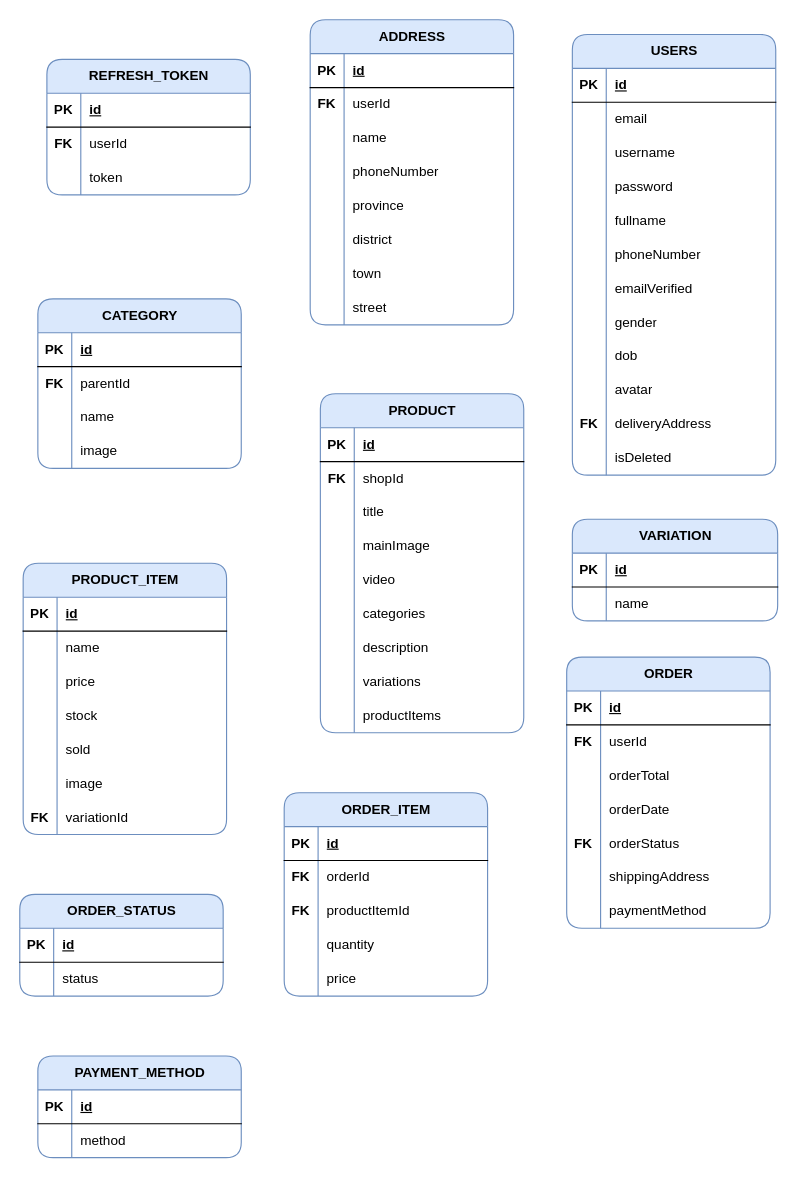
The draw.io diagram docs/ERD.drawio in Shiroo2005/SHOPPE_BE, before the edit. Source tidied: cells renumbered, new cells numbered last; positions are measured from the earlier drawing's top-left corner, leaving out a move shared by most shapes. Both pictures are drawn from the tidied source at 113%, with x=0, y=0 at pixel (19, 19).
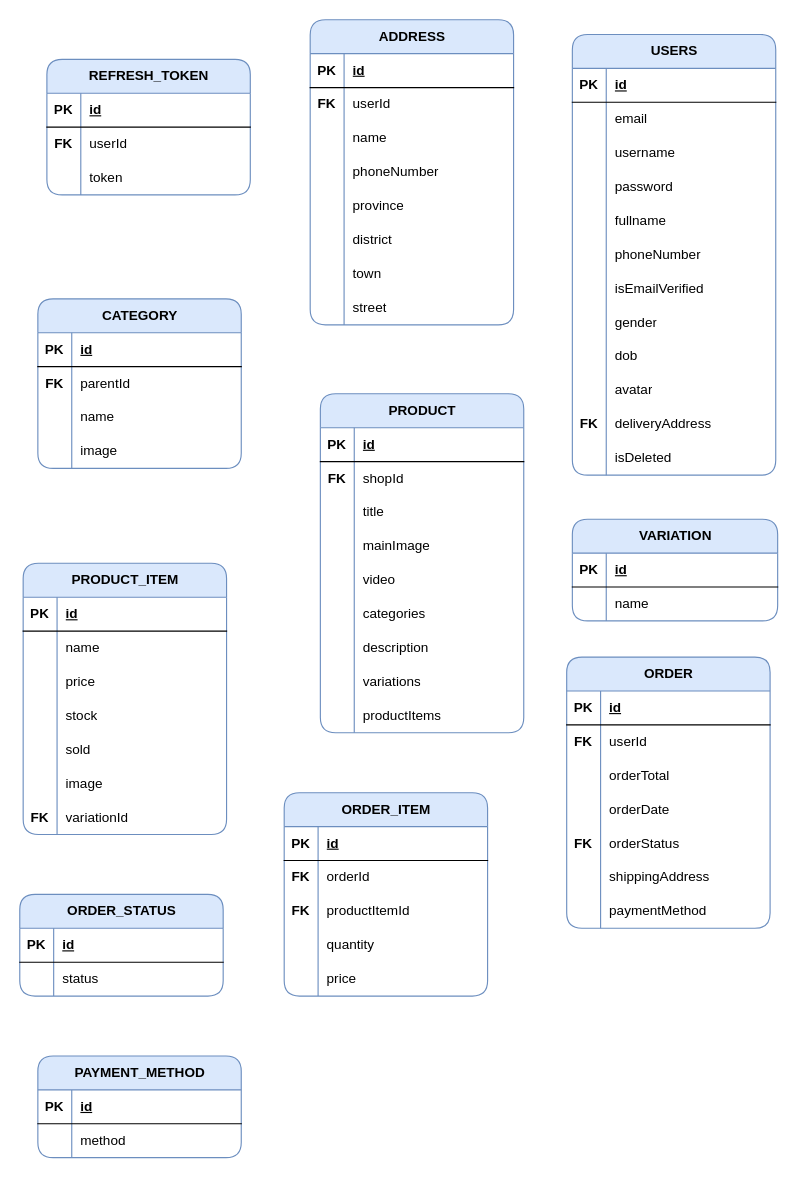
Above is the later version.

The change refers to these unchanged cells:
```xml
<mxCell id="21" style="shape=tableRow;horizontal=0;startSize=0;swimlaneHead=0;swimlaneBody=0;fillColor=none;top=0;left=0;right=0;bottom=0;" parent="2" vertex="1">
  <mxGeometry y="210" width="180" height="30" as="geometry" />
</mxCell>
```

The edit, as a diff of the source:
```diff
@@
-    <mxCell id="23" value="emailVerified" style="shape=partialRectangle;fillColor=none;top=0;left=0;bottom=0;right=0;align=left;spacingLeft=6;overflow=hidden;whiteSpace=wrap;html=1;" parent="21" vertex="1">
+    <mxCell id="23" value="isEmailVerified" style="shape=partialRectangle;fillColor=none;top=0;left=0;bottom=0;right=0;align=left;spacingLeft=6;overflow=hidden;whiteSpace=wrap;html=1;" parent="21" vertex="1">
       <mxGeometry x="30" width="150" height="30" as="geometry" />
     </mxCell>
```
